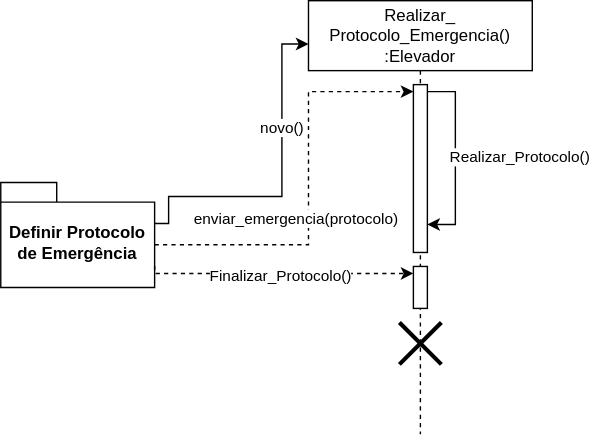
Above: Diagrama-Sequencia/RealizarProtocolo.svg in wholocked1/Projeto-2-modelagem (draw.io), before the change. Source tidied: cells renumbered, new cells last; positions are measured from the earlier drawing's top-left corner, leaving out a move shared by most shapes.
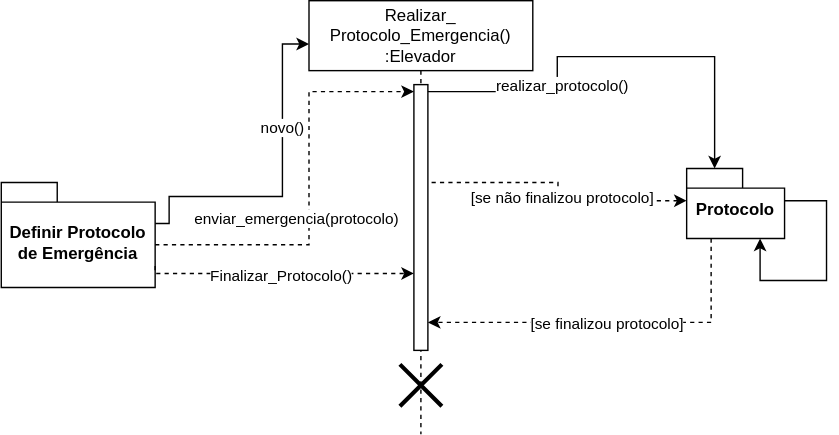
The same diagram one commit later.

Change to the diagram source:
```diff
@@ -6,26 +6,10 @@
       <mxGeometry x="220" width="160" height="310" as="geometry" />
     </mxCell>
     <mxCell id="3" style="html=1;points=[[0,0,0,0,5],[0,1,0,0,-5],[1,0,0,0,5],[1,1,0,0,-5]];perimeter=orthogonalPerimeter;outlineConnect=0;targetShapes=umlLifeline;portConstraint=eastwest;newEdgeStyle={&quot;curved&quot;:0,&quot;rounded&quot;:0};" parent="2" vertex="1">
-      <mxGeometry x="75" y="60" width="10" height="120" as="geometry" />
+      <mxGeometry x="75" y="60" width="10" height="190" as="geometry" />
     </mxCell>
-    <mxCell id="4" style="edgeStyle=orthogonalEdgeStyle;rounded=0;orthogonalLoop=1;jettySize=auto;html=1;curved=0;exitX=1;exitY=0;exitDx=0;exitDy=5;exitPerimeter=0;" parent="2" edge="1" source="3" target="3">
-      <mxGeometry relative="1" as="geometry">
-        <Array as="points">
-          <mxPoint x="105" y="65" />
-          <mxPoint x="105" y="160" />
-        </Array>
-      </mxGeometry>
-    </mxCell>
-    <mxCell id="5" value="Realizar_Protocolo()" style="edgeLabel;html=1;align=center;verticalAlign=middle;" parent="4" vertex="1">
-      <mxGeometry x="0.04" relative="1" as="geometry">
-        <mxPoint x="45" y="-4" as="offset" />
-      </mxGeometry>
-    </mxCell>
-    <mxCell id="6" style="html=1;points=[[0,0,0,0,5],[0,1,0,0,-5],[1,0,0,0,5],[1,1,0,0,-5]];perimeter=orthogonalPerimeter;outlineConnect=0;targetShapes=umlLifeline;portConstraint=eastwest;newEdgeStyle={&quot;curved&quot;:0,&quot;rounded&quot;:0};" parent="2" vertex="1">
-      <mxGeometry x="75" y="190" width="10" height="30" as="geometry" />
-    </mxCell>
     <mxCell id="7" style="shape=umlDestroy;whiteSpace=wrap;html=1;strokeWidth=3;targetShapes=umlLifeline;" parent="2" vertex="1">
-      <mxGeometry x="65" y="230" width="30" height="30" as="geometry" />
+      <mxGeometry x="65" y="260" width="30" height="30" as="geometry" />
     </mxCell>
     <mxCell id="8" style="edgeStyle=orthogonalEdgeStyle;rounded=0;jettySize=auto;html=1;exitX=0;exitY=0;exitDx=110;exitDy=29.25;exitPerimeter=0;entryX=0;entryY=0.1;entryDx=0;entryDy=0;entryPerimeter=0;" parent="1" edge="1" source="10" target="2">
       <mxGeometry relative="1" as="geometry">
@@ -43,8 +27,9 @@
     <mxCell id="10" value="Definir Protocolo de Emergência" style="shape=folder;fontStyle=1;spacingTop=10;tabWidth=40;tabHeight=14;tabPosition=left;html=1;whiteSpace=wrap;" parent="1" vertex="1">
       <mxGeometry y="130" width="110" height="75" as="geometry" />
     </mxCell>
-    <mxCell id="11" style="edgeStyle=orthogonalEdgeStyle;rounded=0;jettySize=auto;html=1;exitX=0;exitY=0;exitDx=110;exitDy=59.75;exitPerimeter=0;entryX=0;entryY=0;entryDx=0;entryDy=5;entryPerimeter=0;dashed=1;" parent="1" edge="1" source="10" target="6">
+    <mxCell id="11" style="edgeStyle=orthogonalEdgeStyle;rounded=0;jettySize=auto;html=1;exitX=0;exitY=0;exitDx=110;exitDy=59.75;exitPerimeter=0;entryX=0;entryY=0;entryDx=0;entryDy=5;entryPerimeter=0;dashed=1;" parent="1" edge="1" source="10">
       <mxGeometry relative="1" as="geometry">
+        <mxPoint x="295" y="195" as="targetPoint" />
         <Array as="points">
           <mxPoint x="110" y="195" />
         </Array>
@@ -66,5 +51,53 @@
         <mxPoint x="-12" y="9" as="offset" />
       </mxGeometry>
     </mxCell>
+    <mxCell id="15" style="edgeStyle=orthogonalEdgeStyle;rounded=0;jettySize=auto;html=1;exitX=0;exitY=0;exitDx=0;exitDy=23;exitPerimeter=0;dashed=1;startArrow=classic;startFill=1;endArrow=none;endFill=0;" parent="1" edge="1" source="20" target="3">
+      <mxGeometry relative="1" as="geometry">
+        <Array as="points">
+          <mxPoint x="398" y="143" />
+          <mxPoint x="398" y="130" />
+        </Array>
+      </mxGeometry>
+    </mxCell>
+    <mxCell id="16" value="[se não finalizou protocolo]" style="edgeLabel;html=1;align=center;verticalAlign=middle;" parent="15" vertex="1">
+      <mxGeometry x="0.4" y="2" relative="1" as="geometry">
+        <mxPoint x="35" y="8" as="offset" />
+      </mxGeometry>
+    </mxCell>
+    <mxCell id="17" style="edgeStyle=orthogonalEdgeStyle;rounded=0;jettySize=auto;html=1;exitX=0.25;exitY=1;exitDx=0;exitDy=0;exitPerimeter=0;dashed=1;" parent="1" edge="1" source="20" target="3">
+      <mxGeometry relative="1" as="geometry">
+        <Array as="points">
+          <mxPoint x="508" y="230" />
+        </Array>
+      </mxGeometry>
+    </mxCell>
+    <mxCell id="18" value="&lt;span style=&quot;color: rgba(0, 0, 0, 0); font-family: monospace; font-size: 0px; text-align: start; background-color: rgb(251, 251, 251);&quot;&gt;%3CmxGraphModel%3E%3Croot%3E%3CmxCell%20id%3D%220%22%2F%3E%3CmxCell%20id%3D%221%22%20parent%3D%220%22%2F%3E%3CmxCell%20id%3D%222%22%20value%3D%22%5Bse%20finalizou%20protocolo%5D%22%20style%3D%22edgeLabel%3Bhtml%3D1%3Balign%3Dcenter%3BverticalAlign%3Dmiddle%3Bresizable%3D0%3Bpoints%3D%5B%5D%3B%22%20vertex%3D%221%22%20connectable%3D%220%22%20parent%3D%221%22%3E%3CmxGeometry%20x%3D%22579%22%20y%3D%22329%22%20as%3D%22geometry%22%2F%3E%3C%2FmxCell%3E%3C%2Froot%3E%3C%2FmxGraphModel%3E[&lt;/span&gt;" style="edgeLabel;html=1;align=center;verticalAlign=middle;" parent="17" vertex="1">
+      <mxGeometry x="0.03" y="-2" relative="1" as="geometry" />
+    </mxCell>
+    <mxCell id="19" value="[se finalizou protocolo]" style="edgeLabel;html=1;align=center;verticalAlign=middle;" parent="17" vertex="1">
+      <mxGeometry x="0.04" relative="1" as="geometry">
+        <mxPoint x="1" as="offset" />
+      </mxGeometry>
+    </mxCell>
+    <mxCell id="20" value="Protocolo" style="shape=folder;fontStyle=1;spacingTop=10;tabWidth=40;tabHeight=14;tabPosition=left;html=1;whiteSpace=wrap;" parent="1" vertex="1">
+      <mxGeometry x="490" y="120" width="70" height="50" as="geometry" />
+    </mxCell>
+    <mxCell id="21" style="edgeStyle=orthogonalEdgeStyle;rounded=0;jettySize=auto;html=1;curved=0;exitX=1;exitY=0;exitDx=0;exitDy=5;exitPerimeter=0;entryX=0;entryY=0;entryDx=20;entryDy=0;entryPerimeter=0;" parent="1" edge="1" source="3" target="20">
+      <mxGeometry relative="1" as="geometry" />
+    </mxCell>
+    <mxCell id="22" value="realizar_protocolo()" style="edgeLabel;html=1;align=center;verticalAlign=middle;" parent="21" vertex="1">
+      <mxGeometry x="-0.34" y="3" relative="1" as="geometry">
+        <mxPoint x="6" y="5" as="offset" />
+      </mxGeometry>
+    </mxCell>
+    <mxCell id="23" style="edgeStyle=orthogonalEdgeStyle;rounded=0;orthogonalLoop=1;jettySize=auto;html=1;exitX=0;exitY=0;exitDx=70;exitDy=23;exitPerimeter=0;entryX=0.75;entryY=1;entryDx=0;entryDy=0;entryPerimeter=0;" parent="1" edge="1" source="20" target="20">
+      <mxGeometry relative="1" as="geometry">
+        <Array as="points">
+          <mxPoint x="590" y="143" />
+          <mxPoint x="590" y="200" />
+          <mxPoint x="543" y="200" />
+        </Array>
+      </mxGeometry>
+    </mxCell>
   </root>
 </mxGraphModel>
```
